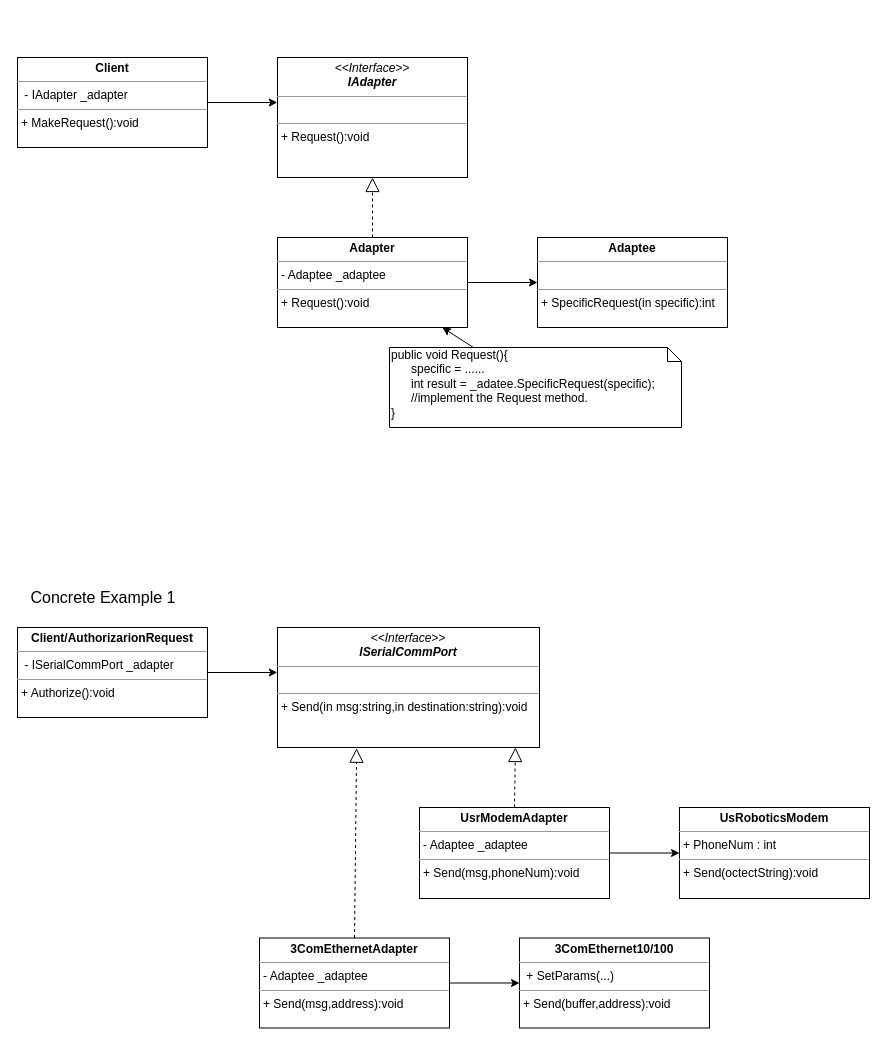
Before: Patterns/images/Adapter.drawio in zangelus/Patterns, a draw.io diagram. Source tidied: cells renumbered, new cells numbered last; positions are measured from the earlier drawing's top-left corner, leaving out a move shared by most shapes. Both pictures are drawn from the tidied source at 100%, with x=0, y=0 at pixel (17, 57).
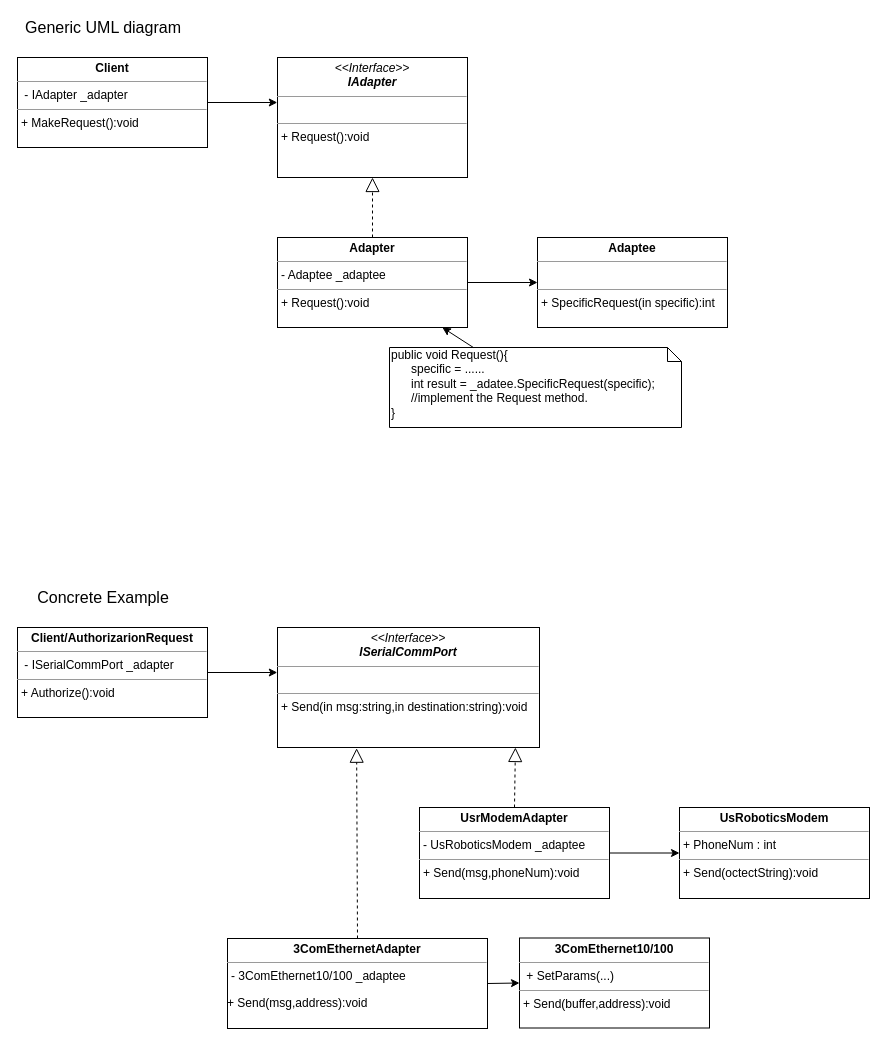
After the change.

The edit, as a diff of the source:
```diff
@@
-    <mxCell id="12" value="&lt;p style=&quot;margin: 0px ; margin-top: 4px ; text-align: center&quot;&gt;&lt;b&gt;UsrModemAdapter&lt;/b&gt;&lt;/p&gt;&lt;hr size=&quot;1&quot;&gt;&lt;p style=&quot;margin: 0px ; margin-left: 4px&quot;&gt;- Adaptee _adaptee&lt;/p&gt;&lt;hr size=&quot;1&quot;&gt;&lt;p style=&quot;margin: 0px ; margin-left: 4px&quot;&gt;+ Send(msg,phoneNum):void&lt;/p&gt;" style="verticalAlign=top;align=left;overflow=fill;fontSize=12;fontFamily=Helvetica;html=1;" parent="1" vertex="1">
+    <mxCell id="12" value="&lt;p style=&quot;margin: 0px ; margin-top: 4px ; text-align: center&quot;&gt;&lt;b&gt;UsrModemAdapter&lt;/b&gt;&lt;/p&gt;&lt;hr size=&quot;1&quot;&gt;&lt;p style=&quot;margin: 0px ; margin-left: 4px&quot;&gt;-&amp;nbsp;UsRoboticsModem&amp;nbsp;_adaptee&lt;/p&gt;&lt;hr size=&quot;1&quot;&gt;&lt;p style=&quot;margin: 0px ; margin-left: 4px&quot;&gt;+ Send(msg,phoneNum):void&lt;/p&gt;" style="verticalAlign=top;align=left;overflow=fill;fontSize=12;fontFamily=Helvetica;html=1;" parent="1" vertex="1">
       <mxGeometry x="402" y="750" width="190" height="91" as="geometry" />
     </mxCell>
@@
-    <mxCell id="18" value="&lt;font style=&quot;font-size: 16px&quot;&gt;Concrete Example 1&lt;/font&gt;" style="text;html=1;strokeColor=none;fillColor=none;align=center;verticalAlign=middle;whiteSpace=wrap;rounded=0;" parent="1" vertex="1">
+    <mxCell id="18" value="&lt;font style=&quot;font-size: 16px&quot;&gt;Concrete Example&lt;/font&gt;" style="text;html=1;strokeColor=none;fillColor=none;align=center;verticalAlign=middle;whiteSpace=wrap;rounded=0;" parent="1" vertex="1">
       <mxGeometry y="530" width="172" height="20" as="geometry" />
     </mxCell>
-    <mxCell id="19" value="&lt;p style=&quot;margin: 0px ; margin-top: 4px ; text-align: center&quot;&gt;&lt;b&gt;3ComEthernetAdapter&lt;/b&gt;&lt;/p&gt;&lt;hr size=&quot;1&quot;&gt;&lt;p style=&quot;margin: 0px ; margin-left: 4px&quot;&gt;- Adaptee _adaptee&lt;/p&gt;&lt;hr size=&quot;1&quot;&gt;&lt;p style=&quot;margin: 0px ; margin-left: 4px&quot;&gt;+ Send(msg,address):void&lt;/p&gt;" style="verticalAlign=top;align=left;overflow=fill;fontSize=12;fontFamily=Helvetica;html=1;" parent="1" vertex="1">
-      <mxGeometry x="242" y="880.5" width="190" height="90" as="geometry" />
+    <mxCell id="19" value="&lt;p style=&quot;margin: 0px ; margin-top: 4px ; text-align: center&quot;&gt;&lt;b&gt;3ComEthernetAdapter&lt;/b&gt;&lt;/p&gt;&lt;hr size=&quot;1&quot;&gt;&lt;p style=&quot;margin: 0px ; margin-left: 4px&quot;&gt;-&amp;nbsp;3ComEthernet10/100&amp;nbsp;_adaptee&lt;/p&gt;&lt;p&gt;+ Send(msg,address):void&lt;/p&gt;" style="verticalAlign=top;align=left;overflow=fill;fontSize=12;fontFamily=Helvetica;html=1;" parent="1" vertex="1">
+      <mxGeometry x="210" y="881" width="260" height="90" as="geometry" />
     </mxCell>
@@
+    <mxCell id="23" value="&lt;font style=&quot;font-size: 16px&quot;&gt;Generic UML diagram&lt;/font&gt;" style="text;html=1;strokeColor=none;fillColor=none;align=center;verticalAlign=middle;whiteSpace=wrap;rounded=0;" parent="1" vertex="1">
+      <mxGeometry x="-0.5" y="-40" width="172" height="20" as="geometry" />
+    </mxCell>
```
